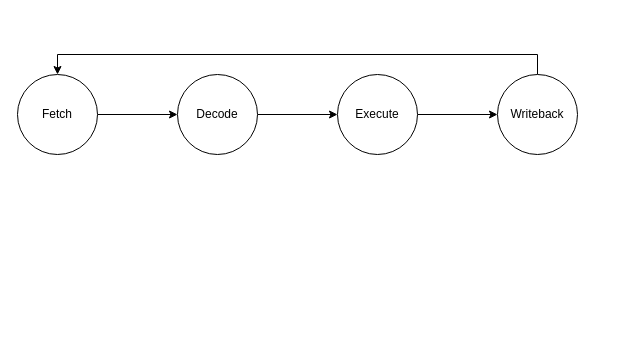
Before: page "Pipeline" (3 of 6) of docs/rv32i.drawio in BlueTheDuck/riscv-sv, a draw.io diagram. Source tidied: cells renumbered, new cells numbered last; positions are measured from the earlier drawing's top-left corner, leaving out a move shared by most shapes. Both pictures are drawn from the tidied source at 100%, with x=0, y=0 at pixel (17, 54).
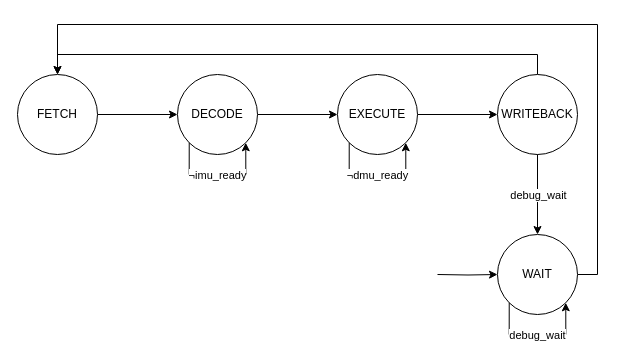
The same diagram, later.

Change to the diagram source:
```diff
@@
-    <mxCell id="3" value="Fetch" style="ellipse;whiteSpace=wrap;html=1;" parent="1" vertex="1">
+    <mxCell id="3" value="FETCH" style="ellipse;whiteSpace=wrap;html=1;" parent="1" vertex="1">
       <mxGeometry y="20" width="80" height="80" as="geometry" />
     </mxCell>
@@
-    <mxCell id="5" value="Decode" style="ellipse;whiteSpace=wrap;html=1;" parent="1" vertex="1">
+    <mxCell id="5" value="DECODE" style="ellipse;whiteSpace=wrap;html=1;" parent="1" vertex="1">
       <mxGeometry x="160" y="20" width="80" height="80" as="geometry" />
     </mxCell>
@@
-    <mxCell id="7" value="Execute" style="ellipse;whiteSpace=wrap;html=1;" parent="1" vertex="1">
+    <mxCell id="7" value="EXECUTE" style="ellipse;whiteSpace=wrap;html=1;" parent="1" vertex="1">
       <mxGeometry x="320" y="20" width="80" height="80" as="geometry" />
     </mxCell>
@@
-    <mxCell id="9" value="Writeback" style="ellipse;whiteSpace=wrap;html=1;" parent="1" vertex="1">
+    <mxCell id="9" value="WRITEBACK" style="ellipse;whiteSpace=wrap;html=1;" parent="1" vertex="1">
       <mxGeometry x="480" y="20" width="80" height="80" as="geometry" />
     </mxCell>
+    <mxCell id="10" style="edgeStyle=orthogonalEdgeStyle;rounded=0;jettySize=auto;html=1;exitX=0.5;exitY=1;exitDx=0;exitDy=0;entryX=0.5;entryY=0;entryDx=0;entryDy=0;" parent="1" edge="1" source="9" target="18">
+      <mxGeometry relative="1" as="geometry" />
+    </mxCell>
+    <mxCell id="11" value="debug_wait" style="edgeLabel;html=1;align=center;verticalAlign=middle;" parent="10" vertex="1">
+      <mxGeometry relative="1" as="geometry" />
+    </mxCell>
+    <mxCell id="12" style="edgeStyle=orthogonalEdgeStyle;rounded=0;orthogonalLoop=1;jettySize=auto;html=1;exitX=0;exitY=1;exitDx=0;exitDy=0;entryX=1;entryY=1;entryDx=0;entryDy=0;" parent="1" edge="1" source="7" target="7">
+      <mxGeometry relative="1" as="geometry">
+        <Array as="points">
+          <mxPoint x="332" y="120" />
+          <mxPoint x="388" y="120" />
+        </Array>
+      </mxGeometry>
+    </mxCell>
+    <mxCell id="13" value="¬dmu_ready" style="edgeLabel;html=1;align=center;verticalAlign=middle;" parent="12" vertex="1">
+      <mxGeometry relative="1" as="geometry" />
+    </mxCell>
+    <mxCell id="14" style="edgeStyle=orthogonalEdgeStyle;rounded=0;orthogonalLoop=1;jettySize=auto;html=1;exitX=0;exitY=1;exitDx=0;exitDy=0;entryX=1;entryY=1;entryDx=0;entryDy=0;" parent="1" edge="1" source="5" target="5">
+      <mxGeometry relative="1" as="geometry">
+        <Array as="points">
+          <mxPoint x="172" y="120" />
+          <mxPoint x="228" y="120" />
+        </Array>
+      </mxGeometry>
+    </mxCell>
+    <mxCell id="15" value="¬imu_ready" style="edgeLabel;html=1;align=center;verticalAlign=middle;" parent="14" vertex="1">
+      <mxGeometry relative="1" as="geometry" />
+    </mxCell>
+    <mxCell id="16" style="edgeStyle=orthogonalEdgeStyle;rounded=0;jettySize=auto;html=1;" parent="1" edge="1" source="18" target="3">
+      <mxGeometry relative="1" as="geometry">
+        <Array as="points">
+          <mxPoint x="580" y="220" />
+          <mxPoint x="580" y="-30" />
+          <mxPoint x="40" y="-30" />
+        </Array>
+      </mxGeometry>
+    </mxCell>
+    <mxCell id="17" style="edgeStyle=orthogonalEdgeStyle;rounded=0;jettySize=auto;html=1;" parent="1" edge="1" target="18">
+      <mxGeometry relative="1" as="geometry">
+        <mxPoint x="420" y="220" as="sourcePoint" />
+      </mxGeometry>
+    </mxCell>
+    <mxCell id="18" value="WAIT" style="ellipse;whiteSpace=wrap;html=1;" parent="1" vertex="1">
+      <mxGeometry x="480" y="180" width="80" height="80" as="geometry" />
+    </mxCell>
+    <mxCell id="19" style="edgeStyle=orthogonalEdgeStyle;rounded=0;orthogonalLoop=1;jettySize=auto;html=1;exitX=0;exitY=1;exitDx=0;exitDy=0;entryX=1;entryY=1;entryDx=0;entryDy=0;" parent="1" edge="1" source="18" target="18">
+      <mxGeometry relative="1" as="geometry">
+        <Array as="points">
+          <mxPoint x="492" y="280" />
+          <mxPoint x="548" y="280" />
+        </Array>
+      </mxGeometry>
+    </mxCell>
+    <mxCell id="20" value="debug_wait" style="edgeLabel;html=1;align=center;verticalAlign=middle;" parent="19" vertex="1">
+      <mxGeometry relative="1" as="geometry" />
+    </mxCell>
```
